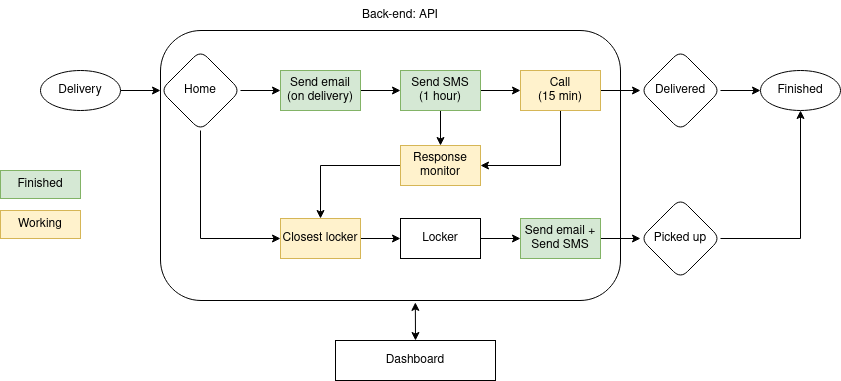
tamagusko/ai-transatlantic-hackathon keeps this draw.io diagram as docs/projectStructure.png. Above is the earlier version. Source tidied: cells renumbered, new cells last; positions are measured from the earlier drawing's top-left corner, leaving out a move shared by most shapes.
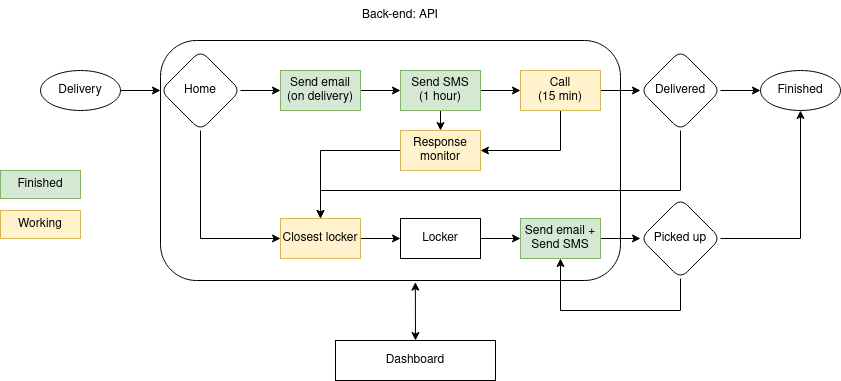
The same diagram one commit later.

Commit message:
fix: improve diagram

Change to the diagram source:
```diff
@@ -3,7 +3,7 @@
     <mxCell id="0" />
     <mxCell id="1" parent="0" />
     <mxCell id="2" style="rounded=1;whiteSpace=wrap;html=1;fillColor=none;shadow=0;sketch=0;glass=0;" parent="1" vertex="1">
-      <mxGeometry x="160" y="30" width="460" height="270" as="geometry" />
+      <mxGeometry x="160" y="40" width="460" height="240" as="geometry" />
     </mxCell>
     <mxCell id="3" style="edgeStyle=orthogonalEdgeStyle;rounded=0;jettySize=auto;html=1;entryX=0;entryY=0.5;entryDx=0;entryDy=0;" parent="1" edge="1" source="4" target="12">
       <mxGeometry relative="1" as="geometry" />
@@ -50,7 +50,7 @@
     <mxCell id="17" style="edgeStyle=orthogonalEdgeStyle;rounded=0;jettySize=auto;html=1;entryX=1;entryY=0.5;entryDx=0;entryDy=0;" parent="1" edge="1" source="18" target="33">
       <mxGeometry relative="1" as="geometry">
         <Array as="points">
-          <mxPoint x="560" y="165" />
+          <mxPoint x="560" y="150" />
         </Array>
       </mxGeometry>
     </mxCell>
@@ -60,6 +60,14 @@
     <mxCell id="19" style="edgeStyle=orthogonalEdgeStyle;rounded=0;jettySize=auto;html=1;exitX=1;exitY=0.5;exitDx=0;exitDy=0;entryX=0;entryY=0.5;entryDx=0;entryDy=0;" parent="1" edge="1" source="20" target="21">
       <mxGeometry relative="1" as="geometry" />
     </mxCell>
+    <mxCell id="34" style="edgeStyle=orthogonalEdgeStyle;rounded=0;jettySize=auto;html=1;exitX=0.5;exitY=1;exitDx=0;exitDy=0;entryX=0.5;entryY=0;entryDx=0;entryDy=0;" parent="1" edge="1" source="20" target="23">
+      <mxGeometry relative="1" as="geometry">
+        <Array as="points">
+          <mxPoint x="680" y="190" />
+          <mxPoint x="320" y="190" />
+        </Array>
+      </mxGeometry>
+    </mxCell>
     <mxCell id="20" value="Delivered" style="rhombus;whiteSpace=wrap;html=1;rounded=1;shadow=0;glass=0;sketch=0;fillColor=none;" parent="1" vertex="1">
       <mxGeometry x="640" y="50" width="80" height="80" as="geometry" />
     </mxCell>
@@ -84,6 +92,14 @@
     <mxCell id="27" style="edgeStyle=orthogonalEdgeStyle;rounded=0;jettySize=auto;html=1;exitX=1;exitY=0.5;exitDx=0;exitDy=0;entryX=0.5;entryY=1;entryDx=0;entryDy=0;" parent="1" edge="1" source="28" target="21">
       <mxGeometry relative="1" as="geometry" />
     </mxCell>
+    <mxCell id="35" style="edgeStyle=orthogonalEdgeStyle;rounded=0;jettySize=auto;html=1;entryX=0.5;entryY=1;entryDx=0;entryDy=0;" parent="1" edge="1" source="28" target="26">
+      <mxGeometry relative="1" as="geometry">
+        <Array as="points">
+          <mxPoint x="680" y="310" />
+          <mxPoint x="560" y="310" />
+        </Array>
+      </mxGeometry>
+    </mxCell>
     <mxCell id="28" value="&lt;span class=&quot;VIiyi&quot; lang=&quot;en&quot;&gt;&lt;span class=&quot;JLqJ4b ChMk0b&quot;&gt;&lt;span class=&quot;Q4iAWc&quot;&gt;Picked up&lt;/span&gt;&lt;/span&gt;&lt;/span&gt;" style="rhombus;whiteSpace=wrap;html=1;rounded=1;shadow=0;glass=0;sketch=0;fillColor=none;" parent="1" vertex="1">
       <mxGeometry x="640" y="198" width="80" height="80" as="geometry" />
     </mxCell>
@@ -100,7 +116,7 @@
       <mxGeometry relative="1" as="geometry" />
     </mxCell>
     <mxCell id="33" value="Response monitor" style="rounded=0;whiteSpace=wrap;html=1;fillColor=#fff2cc;strokeColor=#d6b656;" parent="1" vertex="1">
-      <mxGeometry x="400" y="145" width="80" height="40" as="geometry" />
+      <mxGeometry x="400" y="130" width="80" height="40" as="geometry" />
     </mxCell>
   </root>
 </mxGraphModel>
```
